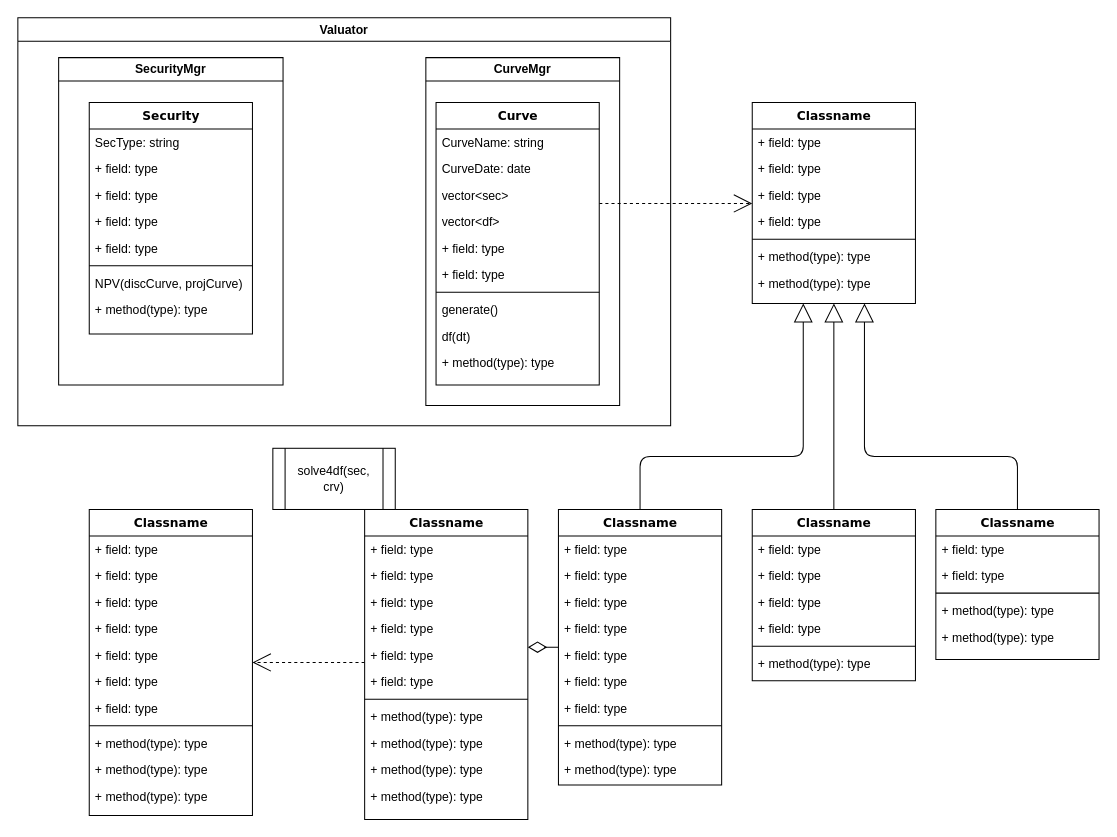
Before: page "AbstractClass" (1 of 3) of components.drawio in ymw321/ExcelApps, a draw.io diagram. Source tidied: cells renumbered, new cells numbered last; positions are measured from the earlier drawing's top-left corner, leaving out a move shared by most shapes. Both pictures are drawn from the tidied source at 102%, with x=0, y=0 at pixel (17, 17).
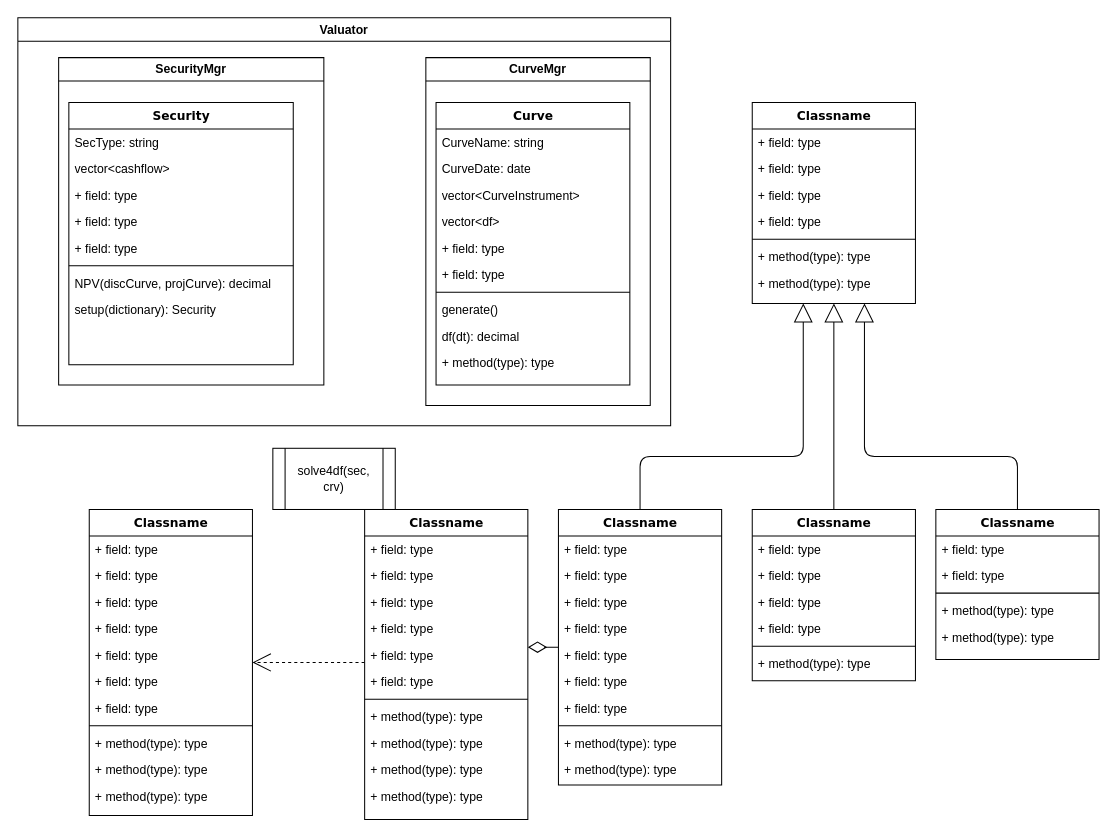
The same diagram, later.

The change refers to these unchanged cells:
```xml
<mxCell id="23" value="Classname" style="swimlane;html=1;fontStyle=1;align=center;verticalAlign=top;horizontal=1;startSize=26;swimlaneFillColor=#ffffff;rounded=0;shadow=0;comic=0;labelBackgroundColor=none;strokeWidth=1;fillColor=none;fontFamily=Verdana;fontSize=12;" parent="1" vertex="1">
  <mxGeometry x="720" y="83" width="160" height="197" as="geometry" />
</mxCell>
```

Diff of the diagram source:
```diff
@@
     <mxCell id="2" value="Security&lt;div&gt;&lt;br&gt;&lt;/div&gt;" style="swimlane;html=1;fontStyle=1;align=center;verticalAlign=top;horizontal=1;startSize=26;swimlaneFillColor=#ffffff;rounded=0;shadow=0;comic=0;labelBackgroundColor=none;strokeWidth=1;fillColor=none;fontFamily=Verdana;fontSize=12;" parent="1" vertex="1">
-      <mxGeometry x="70" y="83" width="160" height="227" as="geometry" />
+      <mxGeometry x="50" y="83" width="220" height="257" as="geometry" />
     </mxCell>
     <mxCell id="3" value="SecType: string&lt;div&gt;&lt;br&gt;&lt;/div&gt;" style="text;html=1;strokeColor=none;fillColor=none;align=left;verticalAlign=top;spacingLeft=4;spacingRight=4;whiteSpace=wrap;overflow=hidden;" parent="2" vertex="1">
-      <mxGeometry y="26" width="160" height="26" as="geometry" />
+      <mxGeometry y="26" width="220" height="26" as="geometry" />
     </mxCell>
-    <mxCell id="4" value="+ field: type" style="text;html=1;strokeColor=none;fillColor=none;align=left;verticalAlign=top;spacingLeft=4;spacingRight=4;whiteSpace=wrap;overflow=hidden;" parent="2" vertex="1">
-      <mxGeometry y="52" width="160" height="26" as="geometry" />
+    <mxCell id="4" value="vector&amp;lt;cashflow&amp;gt;" style="text;html=1;strokeColor=none;fillColor=none;align=left;verticalAlign=top;spacingLeft=4;spacingRight=4;whiteSpace=wrap;overflow=hidden;" parent="2" vertex="1">
+      <mxGeometry y="52" width="220" height="26" as="geometry" />
     </mxCell>
     <mxCell id="5" value="+ field: type" style="text;html=1;strokeColor=none;fillColor=none;align=left;verticalAlign=top;spacingLeft=4;spacingRight=4;whiteSpace=wrap;overflow=hidden;" parent="2" vertex="1">
-      <mxGeometry y="78" width="160" height="26" as="geometry" />
+      <mxGeometry y="78" width="220" height="26" as="geometry" />
     </mxCell>
     <mxCell id="6" value="+ field: type" style="text;html=1;strokeColor=none;fillColor=none;align=left;verticalAlign=top;spacingLeft=4;spacingRight=4;whiteSpace=wrap;overflow=hidden;" parent="2" vertex="1">
-      <mxGeometry y="104" width="160" height="26" as="geometry" />
+      <mxGeometry y="104" width="220" height="26" as="geometry" />
     </mxCell>
     <mxCell id="7" value="+ field: type" style="text;html=1;strokeColor=none;fillColor=none;align=left;verticalAlign=top;spacingLeft=4;spacingRight=4;whiteSpace=wrap;overflow=hidden;" parent="2" vertex="1">
-      <mxGeometry y="130" width="160" height="26" as="geometry" />
+      <mxGeometry y="130" width="220" height="26" as="geometry" />
     </mxCell>
     <mxCell id="8" style="line;html=1;strokeWidth=1;fillColor=none;align=left;verticalAlign=middle;spacingTop=-1;spacingLeft=3;spacingRight=3;labelPosition=right;" parent="2" vertex="1">
-      <mxGeometry y="156" width="160" height="8" as="geometry" />
+      <mxGeometry y="156" width="220" height="8" as="geometry" />
     </mxCell>
-    <mxCell id="9" value="NPV(discCurve, projCurve&lt;span style=&quot;background-color: initial;&quot;&gt;)&lt;/span&gt;" style="text;html=1;strokeColor=none;fillColor=none;align=left;verticalAlign=top;spacingLeft=4;spacingRight=4;whiteSpace=wrap;overflow=hidden;" parent="2" vertex="1">
-      <mxGeometry y="164" width="160" height="26" as="geometry" />
+    <mxCell id="9" value="NPV(discCurve, projCurve&lt;span style=&quot;background-color: initial;&quot;&gt;): decimal&lt;/span&gt;" style="text;html=1;strokeColor=none;fillColor=none;align=left;verticalAlign=top;spacingLeft=4;spacingRight=4;whiteSpace=wrap;overflow=hidden;" parent="2" vertex="1">
+      <mxGeometry y="164" width="220" height="26" as="geometry" />
     </mxCell>
-    <mxCell id="10" value="+ method(type): type" style="text;html=1;strokeColor=none;fillColor=none;align=left;verticalAlign=top;spacingLeft=4;spacingRight=4;whiteSpace=wrap;overflow=hidden;" parent="2" vertex="1">
-      <mxGeometry y="190" width="160" height="26" as="geometry" />
+    <mxCell id="10" value="setup(dictionary): Security" style="text;html=1;strokeColor=none;fillColor=none;align=left;verticalAlign=top;spacingLeft=4;spacingRight=4;whiteSpace=wrap;overflow=hidden;" parent="2" vertex="1">
+      <mxGeometry y="190" width="220" height="26" as="geometry" />
     </mxCell>
-    <mxCell id="11" style="edgeStyle=elbowEdgeStyle;html=1;labelBackgroundColor=none;startFill=0;startSize=8;endArrow=open;endFill=0;endSize=16;fontFamily=Verdana;fontSize=12;elbow=vertical;dashed=1;" parent="1" edge="1" source="12" target="23">
-      <mxGeometry relative="1" as="geometry" />
-    </mxCell>
     <mxCell id="12" value="Curve&lt;div&gt;&lt;br&gt;&lt;/div&gt;" style="swimlane;html=1;fontStyle=1;align=center;verticalAlign=top;horizontal=1;startSize=26;swimlaneFillColor=#ffffff;rounded=0;shadow=0;comic=0;labelBackgroundColor=none;strokeWidth=1;fillColor=none;fontFamily=Verdana;fontSize=12;" parent="1" vertex="1">
-      <mxGeometry x="410" y="83" width="160" height="277" as="geometry" />
+      <mxGeometry x="410" y="83" width="190" height="277" as="geometry" />
     </mxCell>
     <mxCell id="13" value="CurveName: string&lt;div&gt;&lt;br&gt;&lt;/div&gt;" style="text;html=1;strokeColor=none;fillColor=none;align=left;verticalAlign=top;spacingLeft=4;spacingRight=4;whiteSpace=wrap;overflow=hidden;" parent="12" vertex="1">
-      <mxGeometry y="26" width="160" height="26" as="geometry" />
+      <mxGeometry y="26" width="190" height="26" as="geometry" />
     </mxCell>
     <mxCell id="14" value="CurveDate: date&lt;div&gt;&lt;br&gt;&lt;/div&gt;" style="text;html=1;strokeColor=none;fillColor=none;align=left;verticalAlign=top;spacingLeft=4;spacingRight=4;whiteSpace=wrap;overflow=hidden;" parent="12" vertex="1">
-      <mxGeometry y="52" width="160" height="26" as="geometry" />
+      <mxGeometry y="52" width="190" height="26" as="geometry" />
     </mxCell>
-    <mxCell id="15" value="vector&amp;lt;sec&amp;gt;&lt;div&gt;&lt;br&gt;&lt;/div&gt;" style="text;html=1;strokeColor=none;fillColor=none;align=left;verticalAlign=top;spacingLeft=4;spacingRight=4;whiteSpace=wrap;overflow=hidden;" parent="12" vertex="1">
-      <mxGeometry y="78" width="160" height="26" as="geometry" />
+    <mxCell id="15" value="vector&amp;lt;CurveInstrument&amp;gt;&lt;div&gt;&lt;br&gt;&lt;/div&gt;" style="text;html=1;strokeColor=none;fillColor=none;align=left;verticalAlign=top;spacingLeft=4;spacingRight=4;whiteSpace=wrap;overflow=hidden;" parent="12" vertex="1">
+      <mxGeometry y="78" width="190" height="26" as="geometry" />
     </mxCell>
     <mxCell id="16" value="vector&amp;lt;df&amp;gt;" style="text;html=1;strokeColor=none;fillColor=none;align=left;verticalAlign=top;spacingLeft=4;spacingRight=4;whiteSpace=wrap;overflow=hidden;" parent="12" vertex="1">
-      <mxGeometry y="104" width="160" height="26" as="geometry" />
+      <mxGeometry y="104" width="190" height="26" as="geometry" />
     </mxCell>
     <mxCell id="17" value="+ field: type" style="text;html=1;strokeColor=none;fillColor=none;align=left;verticalAlign=top;spacingLeft=4;spacingRight=4;whiteSpace=wrap;overflow=hidden;" parent="12" vertex="1">
-      <mxGeometry y="130" width="160" height="26" as="geometry" />
+      <mxGeometry y="130" width="190" height="26" as="geometry" />
     </mxCell>
     <mxCell id="18" value="+ field: type" style="text;html=1;strokeColor=none;fillColor=none;align=left;verticalAlign=top;spacingLeft=4;spacingRight=4;whiteSpace=wrap;overflow=hidden;" parent="12" vertex="1">
-      <mxGeometry y="156" width="160" height="26" as="geometry" />
+      <mxGeometry y="156" width="190" height="26" as="geometry" />
     </mxCell>
     <mxCell id="19" style="line;html=1;strokeWidth=1;fillColor=none;align=left;verticalAlign=middle;spacingTop=-1;spacingLeft=3;spacingRight=3;labelPosition=right;" parent="12" vertex="1">
-      <mxGeometry y="182" width="160" height="8" as="geometry" />
+      <mxGeometry y="182" width="190" height="8" as="geometry" />
     </mxCell>
     <mxCell id="20" value="generate()&lt;div&gt;&lt;br&gt;&lt;/div&gt;" style="text;html=1;strokeColor=none;fillColor=none;align=left;verticalAlign=top;spacingLeft=4;spacingRight=4;whiteSpace=wrap;overflow=hidden;" parent="12" vertex="1">
-      <mxGeometry y="190" width="160" height="26" as="geometry" />
+      <mxGeometry y="190" width="190" height="26" as="geometry" />
     </mxCell>
-    <mxCell id="21" value="df(dt)" style="text;html=1;strokeColor=none;fillColor=none;align=left;verticalAlign=top;spacingLeft=4;spacingRight=4;whiteSpace=wrap;overflow=hidden;" parent="12" vertex="1">
-      <mxGeometry y="216" width="160" height="26" as="geometry" />
+    <mxCell id="21" value="df(dt): decimal" style="text;html=1;strokeColor=none;fillColor=none;align=left;verticalAlign=top;spacingLeft=4;spacingRight=4;whiteSpace=wrap;overflow=hidden;" parent="12" vertex="1">
+      <mxGeometry y="216" width="190" height="26" as="geometry" />
     </mxCell>
     <mxCell id="22" value="+ method(type): type" style="text;html=1;strokeColor=none;fillColor=none;align=left;verticalAlign=top;spacingLeft=4;spacingRight=4;whiteSpace=wrap;overflow=hidden;" parent="12" vertex="1">
-      <mxGeometry y="242" width="160" height="26" as="geometry" />
+      <mxGeometry y="242" width="190" height="26" as="geometry" />
     </mxCell>
@@
     <mxCell id="85" value="SecurityMgr" style="swimlane;whiteSpace=wrap;html=1;" parent="1" vertex="1">
-      <mxGeometry x="40" y="39" width="220" height="321" as="geometry" />
+      <mxGeometry x="40" y="39" width="260" height="321" as="geometry" />
     </mxCell>
     <mxCell id="86" value="CurveMgr" style="swimlane;whiteSpace=wrap;html=1;" parent="1" vertex="1">
-      <mxGeometry x="400" y="39" width="190" height="341" as="geometry" />
+      <mxGeometry x="400" y="39" width="220" height="341" as="geometry" />
     </mxCell>
```
